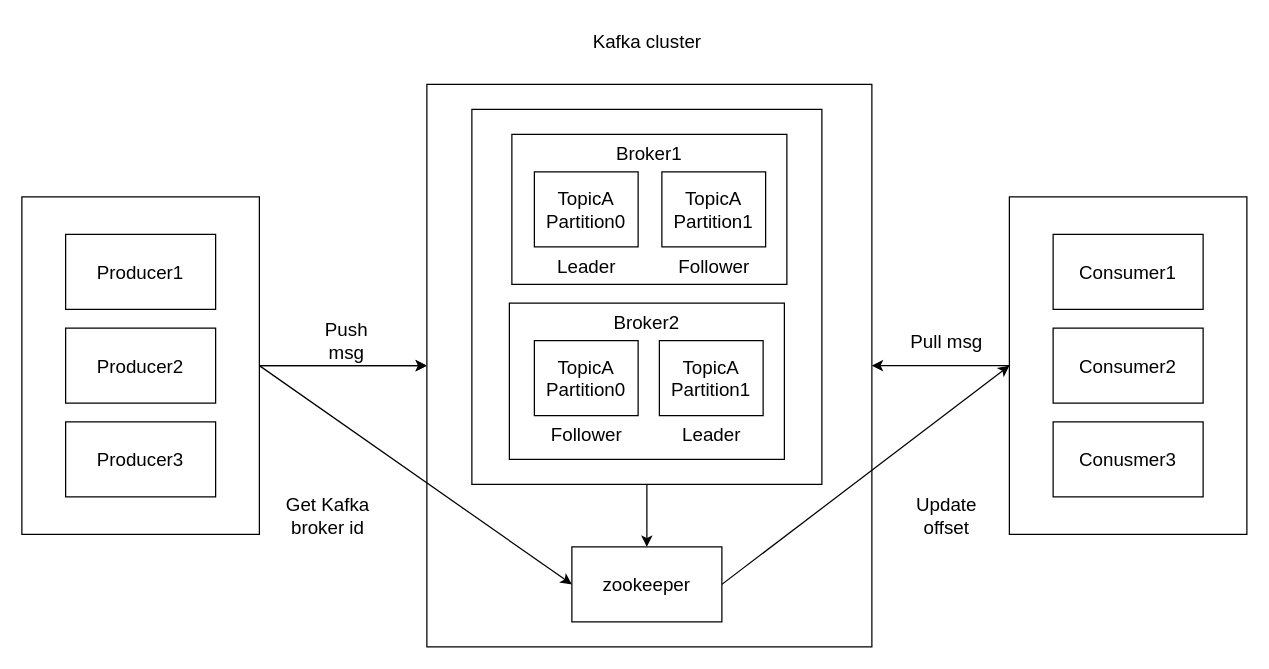
Diend-7/- keeps this draw.io diagram as 未命名绘图.drawio. Above is the earlier version. Source tidied: cells renumbered, new cells numbered last; positions are measured from the earlier drawing's top-left corner, leaving out a move shared by most shapes. Both pictures are drawn from the tidied source at 125%, with x=0, y=0 at pixel (21, 21).
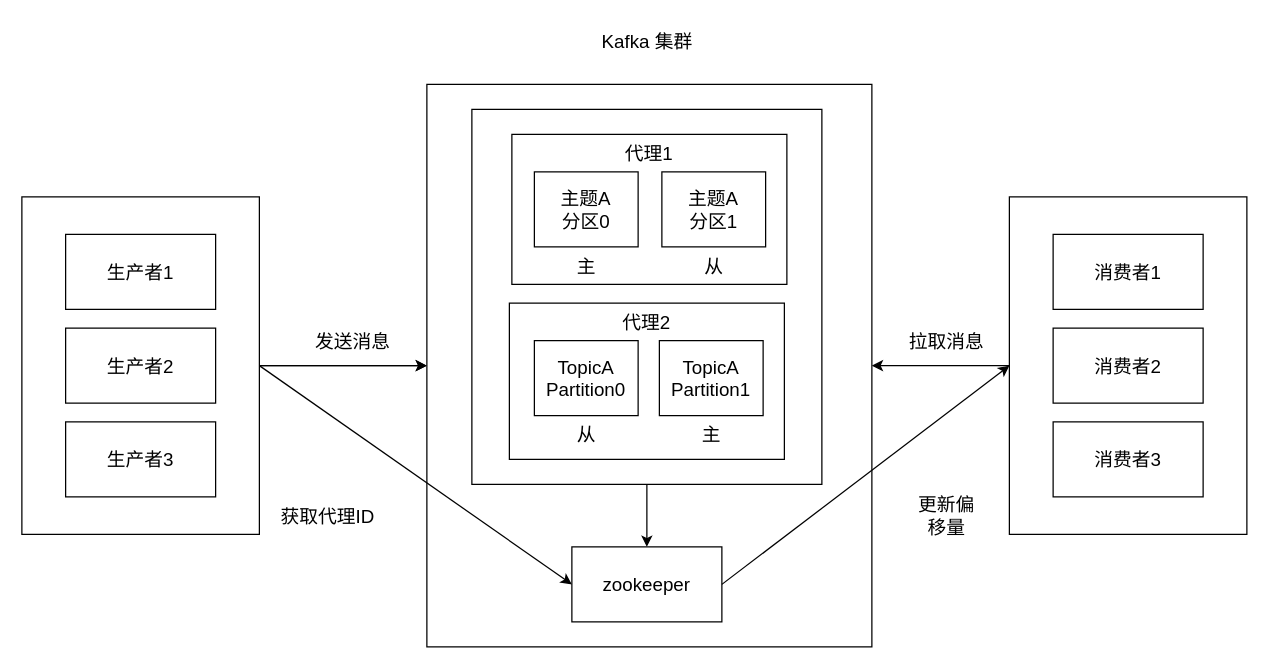
The same diagram, later.

What changed in the source:
```diff
@@
-    <mxCell id="5" value="Producer1" style="rounded=0;whiteSpace=wrap;html=1;fontSize=15;" parent="1" vertex="1">
+    <mxCell id="5" value="生产者1" style="rounded=0;whiteSpace=wrap;html=1;fontSize=15;" parent="1" vertex="1">
       <mxGeometry x="35" y="170" width="120" height="60" as="geometry" />
     </mxCell>
-    <mxCell id="6" value="Producer2" style="rounded=0;whiteSpace=wrap;html=1;fontSize=15;" parent="1" vertex="1">
+    <mxCell id="6" value="生产者2" style="rounded=0;whiteSpace=wrap;html=1;fontSize=15;" parent="1" vertex="1">
       <mxGeometry x="35" y="245" width="120" height="60" as="geometry" />
     </mxCell>
@@
-    <mxCell id="8" value="Producer3" style="rounded=0;whiteSpace=wrap;html=1;fontSize=15;" parent="1" vertex="1">
+    <mxCell id="8" value="生产者3" style="rounded=0;whiteSpace=wrap;html=1;fontSize=15;" parent="1" vertex="1">
       <mxGeometry x="35" y="320" width="120" height="60" as="geometry" />
     </mxCell>
-    <mxCell id="9" value="Kafka cluster" style="text;html=1;align=center;verticalAlign=middle;strokeColor=none;fillColor=none;fontSize=15;" parent="1" vertex="1">
-      <mxGeometry x="445" width="110" height="30" as="geometry" />
+    <mxCell id="9" value="Kafka 集群" style="text;html=1;align=center;verticalAlign=middle;strokeColor=none;fillColor=none;fontSize=15;" parent="1" vertex="1">
+      <mxGeometry x="450" width="100" height="30" as="geometry" />
     </mxCell>
@@
-    <mxCell id="15" value="Consumer1" style="rounded=0;whiteSpace=wrap;html=1;fontSize=15;" parent="1" vertex="1">
+    <mxCell id="15" value="消费者1" style="rounded=0;whiteSpace=wrap;html=1;fontSize=15;" parent="1" vertex="1">
       <mxGeometry x="825" y="170" width="120" height="60" as="geometry" />
     </mxCell>
-    <mxCell id="16" value="Consumer2" style="rounded=0;whiteSpace=wrap;html=1;fontSize=15;" parent="1" vertex="1">
+    <mxCell id="16" value="消费者2" style="rounded=0;whiteSpace=wrap;html=1;fontSize=15;" parent="1" vertex="1">
       <mxGeometry x="825" y="245" width="120" height="60" as="geometry" />
     </mxCell>
-    <mxCell id="17" value="Conusmer3" style="rounded=0;whiteSpace=wrap;html=1;fontSize=15;" parent="1" vertex="1">
+    <mxCell id="17" value="消费者3" style="rounded=0;whiteSpace=wrap;html=1;fontSize=15;" parent="1" vertex="1">
       <mxGeometry x="825" y="320" width="120" height="60" as="geometry" />
     </mxCell>
@@
-    <mxCell id="20" value="TopicA&lt;br style=&quot;font-size: 15px;&quot;&gt;Partition0" style="rounded=0;whiteSpace=wrap;html=1;fontSize=15;" parent="1" vertex="1">
+    <mxCell id="20" value="主题A&lt;br style=&quot;font-size: 15px;&quot;&gt;分区0" style="rounded=0;whiteSpace=wrap;html=1;fontSize=15;" parent="1" vertex="1">
       <mxGeometry x="410" y="120" width="83" height="60" as="geometry" />
     </mxCell>
-    <mxCell id="21" value="TopicA&lt;br style=&quot;font-size: 15px;&quot;&gt;Partition1" style="rounded=0;whiteSpace=wrap;html=1;fontSize=15;" parent="1" vertex="1">
+    <mxCell id="21" value="主题A&lt;br style=&quot;font-size: 15px;&quot;&gt;分区1" style="rounded=0;whiteSpace=wrap;html=1;fontSize=15;" parent="1" vertex="1">
       <mxGeometry x="512" y="120" width="83" height="60" as="geometry" />
     </mxCell>
-    <mxCell id="22" value="Leader" style="text;html=1;strokeColor=none;fillColor=none;align=center;verticalAlign=middle;whiteSpace=wrap;rounded=0;fontSize=15;" parent="1" vertex="1">
+    <mxCell id="22" value="主" style="text;html=1;strokeColor=none;fillColor=none;align=center;verticalAlign=middle;whiteSpace=wrap;rounded=0;fontSize=15;" parent="1" vertex="1">
       <mxGeometry x="421.5" y="180" width="60" height="30" as="geometry" />
     </mxCell>
-    <mxCell id="23" value="Follower" style="text;html=1;strokeColor=none;fillColor=none;align=center;verticalAlign=middle;whiteSpace=wrap;rounded=0;fontSize=15;" parent="1" vertex="1">
+    <mxCell id="23" value="从" style="text;html=1;strokeColor=none;fillColor=none;align=center;verticalAlign=middle;whiteSpace=wrap;rounded=0;fontSize=15;" parent="1" vertex="1">
       <mxGeometry x="523.5" y="180" width="60" height="30" as="geometry" />
     </mxCell>
@@
-    <mxCell id="26" value="Follower" style="text;html=1;strokeColor=none;fillColor=none;align=center;verticalAlign=middle;whiteSpace=wrap;rounded=0;fontSize=15;" parent="1" vertex="1">
+    <mxCell id="26" value="从" style="text;html=1;strokeColor=none;fillColor=none;align=center;verticalAlign=middle;whiteSpace=wrap;rounded=0;fontSize=15;" parent="1" vertex="1">
       <mxGeometry x="421.5" y="315" width="60" height="30" as="geometry" />
     </mxCell>
-    <mxCell id="27" value="Leader" style="text;html=1;strokeColor=none;fillColor=none;align=center;verticalAlign=middle;whiteSpace=wrap;rounded=0;fontSize=15;" parent="1" vertex="1">
+    <mxCell id="27" value="主" style="text;html=1;strokeColor=none;fillColor=none;align=center;verticalAlign=middle;whiteSpace=wrap;rounded=0;fontSize=15;" parent="1" vertex="1">
       <mxGeometry x="521.5" y="315" width="60" height="30" as="geometry" />
     </mxCell>
-    <mxCell id="28" value="Push msg" style="text;html=1;strokeColor=none;fillColor=none;align=center;verticalAlign=middle;whiteSpace=wrap;rounded=0;fontSize=15;" parent="1" vertex="1">
-      <mxGeometry x="230" y="240" width="60" height="30" as="geometry" />
+    <mxCell id="28" value="发送消息" style="text;html=1;strokeColor=none;fillColor=none;align=center;verticalAlign=middle;whiteSpace=wrap;rounded=0;fontSize=15;" parent="1" vertex="1">
+      <mxGeometry x="230" y="240" width="70" height="30" as="geometry" />
     </mxCell>
-    <mxCell id="29" value="Pull msg" style="text;html=1;strokeColor=none;fillColor=none;align=center;verticalAlign=middle;whiteSpace=wrap;rounded=0;fontSize=15;" parent="1" vertex="1">
-      <mxGeometry x="710" y="240" width="60" height="30" as="geometry" />
+    <mxCell id="29" value="拉取消息" style="text;html=1;strokeColor=none;fillColor=none;align=center;verticalAlign=middle;whiteSpace=wrap;rounded=0;fontSize=15;" parent="1" vertex="1">
+      <mxGeometry x="705" y="240" width="70" height="30" as="geometry" />
     </mxCell>
@@
-    <mxCell id="32" value="Get Kafka broker id" style="text;html=1;strokeColor=none;fillColor=none;align=center;verticalAlign=middle;whiteSpace=wrap;rounded=0;fontSize=15;" parent="1" vertex="1">
+    <mxCell id="32" value="获取代理ID" style="text;html=1;strokeColor=none;fillColor=none;align=center;verticalAlign=middle;whiteSpace=wrap;rounded=0;fontSize=15;" parent="1" vertex="1">
       <mxGeometry x="200" y="380" width="90" height="30" as="geometry" />
     </mxCell>
-    <mxCell id="33" value="Update offset" style="text;html=1;strokeColor=none;fillColor=none;align=center;verticalAlign=middle;whiteSpace=wrap;rounded=0;fontSize=15;" parent="1" vertex="1">
+    <mxCell id="33" value="更新偏移量" style="text;html=1;strokeColor=none;fillColor=none;align=center;verticalAlign=middle;whiteSpace=wrap;rounded=0;fontSize=15;" parent="1" vertex="1">
       <mxGeometry x="710" y="380" width="60" height="30" as="geometry" />
     </mxCell>
-    <mxCell id="34" value="Broker1" style="text;html=1;strokeColor=none;fillColor=none;align=center;verticalAlign=middle;whiteSpace=wrap;rounded=0;fontSize=15;" parent="1" vertex="1">
+    <mxCell id="34" value="代理1" style="text;html=1;strokeColor=none;fillColor=none;align=center;verticalAlign=middle;whiteSpace=wrap;rounded=0;fontSize=15;" parent="1" vertex="1">
       <mxGeometry x="472" y="90" width="60" height="30" as="geometry" />
     </mxCell>
-    <mxCell id="35" value="Broker2" style="text;html=1;strokeColor=none;fillColor=none;align=center;verticalAlign=middle;whiteSpace=wrap;rounded=0;fontSize=15;" parent="1" vertex="1">
+    <mxCell id="35" value="代理2" style="text;html=1;strokeColor=none;fillColor=none;align=center;verticalAlign=middle;whiteSpace=wrap;rounded=0;fontSize=15;" parent="1" vertex="1">
       <mxGeometry x="470" y="225" width="60" height="30" as="geometry" />
     </mxCell>
```
